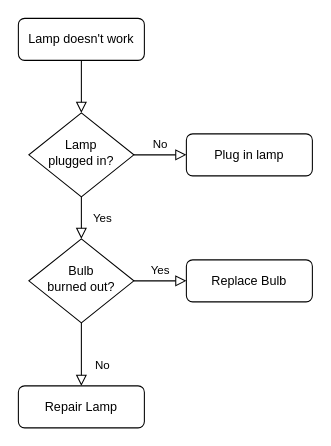
Earlier version of the draw.io diagram Untitled Diagram.drawio (fenglong2018/7KW). Source tidied: cells renumbered, new cells numbered last; positions are measured from the earlier drawing's top-left corner, leaving out a move shared by most shapes. Both pictures are drawn from the tidied source at 105%, with x=0, y=0 at pixel (18, 18).
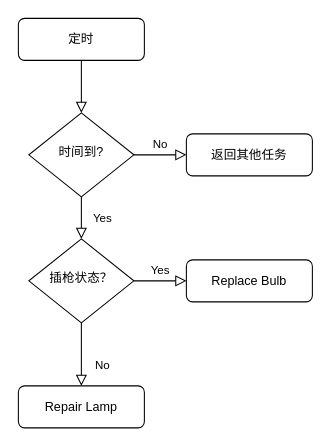
The same diagram, later.

Commit message:
7KW非国标车型有序充电.drawio

What changed in the source:
```diff
@@
 <mxGraphModel>
   <root>
     <mxCell id="0" />
     <mxCell id="1" parent="0" />
     <mxCell id="2" style="rounded=0;html=1;jettySize=auto;fontSize=11;endArrow=block;endFill=0;endSize=8;strokeWidth=1;shadow=0;labelBackgroundColor=none;edgeStyle=orthogonalEdgeStyle;" parent="1" edge="1" source="3" target="6">
       <mxGeometry relative="1" as="geometry" />
     </mxCell>
-    <mxCell id="3" value="Lamp doesn't work" style="rounded=1;whiteSpace=wrap;html=1;fontSize=12;glass=0;strokeWidth=1;shadow=0;" parent="1" vertex="1">
+    <mxCell id="3" value="定时" style="rounded=1;whiteSpace=wrap;html=1;fontSize=12;glass=0;strokeWidth=1;shadow=0;" parent="1" vertex="1">
       <mxGeometry width="120" height="40" as="geometry" />
     </mxCell>
     <mxCell id="4" value="Yes" style="rounded=0;html=1;jettySize=auto;fontSize=11;endArrow=block;endFill=0;endSize=8;strokeWidth=1;shadow=0;labelBackgroundColor=none;edgeStyle=orthogonalEdgeStyle;" parent="1" edge="1" source="6" target="10">
       <mxGeometry y="20" relative="1" as="geometry" />
     </mxCell>
     <mxCell id="5" value="No" style="edgeStyle=orthogonalEdgeStyle;rounded=0;html=1;jettySize=auto;fontSize=11;endArrow=block;endFill=0;endSize=8;strokeWidth=1;shadow=0;labelBackgroundColor=none;" parent="1" edge="1" source="6" target="7">
       <mxGeometry y="10" relative="1" as="geometry" />
     </mxCell>
-    <mxCell id="6" value="Lamp&lt;br&gt;plugged in?" style="rhombus;whiteSpace=wrap;html=1;shadow=0;fontFamily=Helvetica;fontSize=12;align=center;strokeWidth=1;spacing=6;spacingTop=-4;" parent="1" vertex="1">
+    <mxCell id="6" value="时间到?" style="rhombus;whiteSpace=wrap;html=1;shadow=0;fontFamily=Helvetica;fontSize=12;align=center;strokeWidth=1;spacing=6;spacingTop=-4;" parent="1" vertex="1">
       <mxGeometry x="10" y="90" width="100" height="80" as="geometry" />
     </mxCell>
-    <mxCell id="7" value="Plug in lamp" style="rounded=1;whiteSpace=wrap;html=1;fontSize=12;glass=0;strokeWidth=1;shadow=0;" parent="1" vertex="1">
+    <mxCell id="7" value="返回其他任务" style="rounded=1;whiteSpace=wrap;html=1;fontSize=12;glass=0;strokeWidth=1;shadow=0;" parent="1" vertex="1">
       <mxGeometry x="160" y="110" width="120" height="40" as="geometry" />
     </mxCell>
     <mxCell id="8" value="No" style="rounded=0;html=1;jettySize=auto;fontSize=11;endArrow=block;endFill=0;endSize=8;strokeWidth=1;shadow=0;labelBackgroundColor=none;edgeStyle=orthogonalEdgeStyle;" parent="1" edge="1" source="10" target="11">
       <mxGeometry x="0.33" y="20" relative="1" as="geometry" />
     </mxCell>
     <mxCell id="9" value="Yes" style="edgeStyle=orthogonalEdgeStyle;rounded=0;html=1;jettySize=auto;fontSize=11;endArrow=block;endFill=0;endSize=8;strokeWidth=1;shadow=0;labelBackgroundColor=none;" parent="1" edge="1" source="10" target="12">
       <mxGeometry y="10" relative="1" as="geometry" />
     </mxCell>
-    <mxCell id="10" value="Bulb&lt;br&gt;burned out?" style="rhombus;whiteSpace=wrap;html=1;shadow=0;fontFamily=Helvetica;fontSize=12;align=center;strokeWidth=1;spacing=6;spacingTop=-4;" parent="1" vertex="1">
+    <mxCell id="10" value="插枪状态？" style="rhombus;whiteSpace=wrap;html=1;shadow=0;fontFamily=Helvetica;fontSize=12;align=center;strokeWidth=1;spacing=6;spacingTop=-4;" parent="1" vertex="1">
       <mxGeometry x="10" y="210" width="100" height="80" as="geometry" />
     </mxCell>
     <mxCell id="11" value="Repair Lamp" style="rounded=1;whiteSpace=wrap;html=1;fontSize=12;glass=0;strokeWidth=1;shadow=0;" parent="1" vertex="1">
       <mxGeometry y="350" width="120" height="40" as="geometry" />
     </mxCell>
     <mxCell id="12" value="Replace Bulb" style="rounded=1;whiteSpace=wrap;html=1;fontSize=12;glass=0;strokeWidth=1;shadow=0;" parent="1" vertex="1">
       <mxGeometry x="160" y="230" width="120" height="40" as="geometry" />
     </mxCell>
   </root>
 </mxGraphModel>
```
